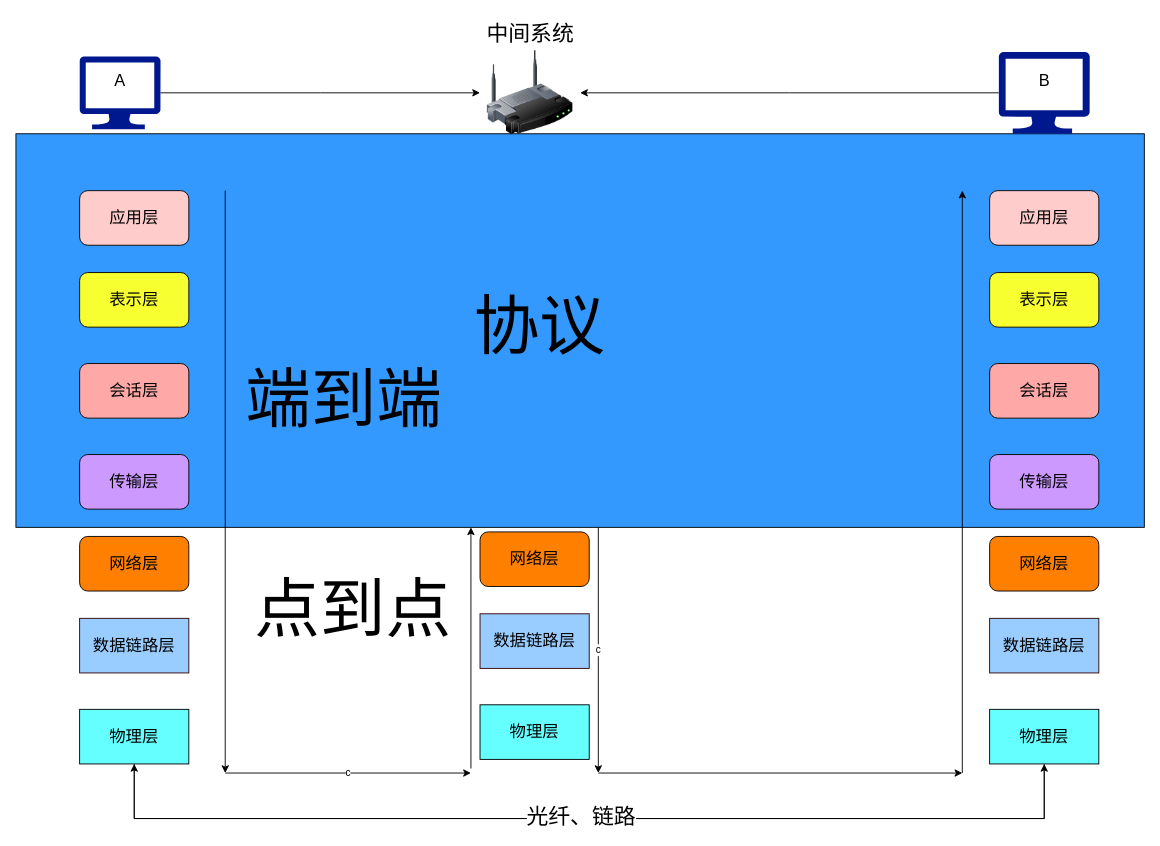
Above: 计算机网络04.drawio in mogullzr/DrawPublic (draw.io), before the change. Source tidied: cells renumbered, new cells numbered last; positions are measured from the earlier drawing's top-left corner, leaving out a move shared by most shapes. Both pictures are drawn from the tidied source at 91%, with x=0, y=0 at pixel (15, 15).
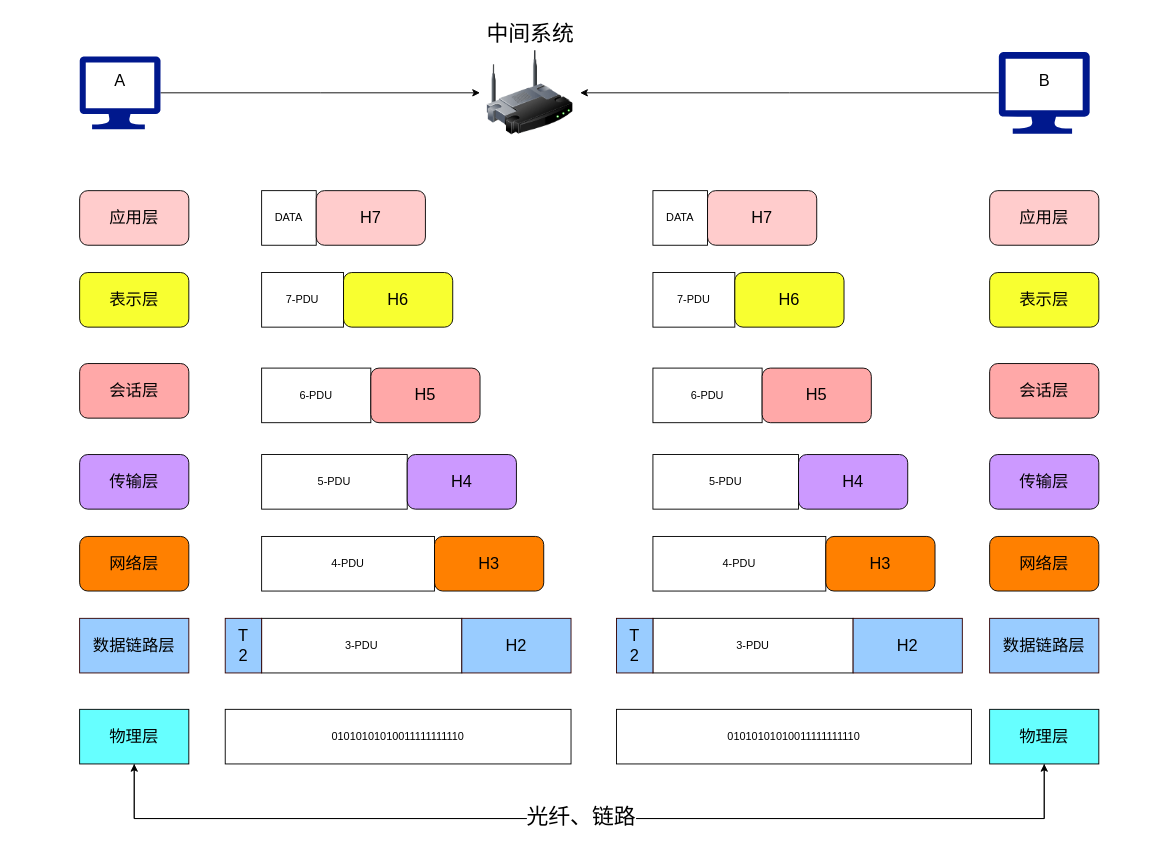
After the change.

Commit message (it also covers changes not shown here):
更新计算机网络04.drawio

Change to the diagram source:
```diff
@@
-    <mxCell id="2" style="rounded=0;whiteSpace=wrap;html=1;fillColor=#3399FF;" parent="1" vertex="1">
-      <mxGeometry y="129.5" width="1240" height="432.5" as="geometry" />
-    </mxCell>
@@
-    <mxCell id="28" value="&lt;font style=&quot;font-size: 18px;&quot;&gt;物理层&lt;/font&gt;" style="rounded=0;whiteSpace=wrap;html=1;fillColor=#66FFFF;" parent="1" vertex="1">
-      <mxGeometry x="510" y="757" width="120" height="60" as="geometry" />
-    </mxCell>
-    <mxCell id="29" value="&lt;font style=&quot;font-size: 18px;&quot;&gt;数据链路层&lt;/font&gt;" style="rounded=0;whiteSpace=wrap;html=1;fillColor=#99CCFF;strokeColor=#330000;" parent="1" vertex="1">
-      <mxGeometry x="510" y="657" width="120" height="60" as="geometry" />
-    </mxCell>
-    <mxCell id="30" value="&lt;font style=&quot;font-size: 18px;&quot;&gt;网络层&lt;/font&gt;" style="rounded=1;whiteSpace=wrap;html=1;fillColor=#FF8000;" parent="1" vertex="1">
-      <mxGeometry x="510" y="567" width="120" height="60" as="geometry" />
-    </mxCell>
-    <mxCell id="31" value="&lt;font style=&quot;font-size: 72px;&quot;&gt;协议&lt;/font&gt;" style="text;html=1;align=center;verticalAlign=middle;strokeColor=none;fillColor=none;" parent="1" vertex="1">
-      <mxGeometry x="490" y="292" width="170" height="100" as="geometry" />
-    </mxCell>
-    <mxCell id="32" style="edgeStyle=none;orthogonalLoop=1;jettySize=auto;html=1;rounded=0;" parent="1" edge="1">
-      <mxGeometry relative="1" as="geometry">
-        <mxPoint x="230" y="192" as="sourcePoint" />
-        <mxPoint x="230" y="832" as="targetPoint" />
-      </mxGeometry>
-    </mxCell>
-    <mxCell id="33" style="edgeStyle=none;orthogonalLoop=1;jettySize=auto;html=1;rounded=0;" parent="1" edge="1">
-      <mxGeometry relative="1" as="geometry">
-        <mxPoint x="1040" y="832" as="sourcePoint" />
-        <mxPoint x="1040" y="192" as="targetPoint" />
-      </mxGeometry>
-    </mxCell>
-    <mxCell id="34" value="c" style="edgeStyle=none;orthogonalLoop=1;jettySize=auto;html=1;rounded=0;" parent="1" edge="1">
-      <mxGeometry relative="1" as="geometry">
-        <mxPoint x="230" y="832" as="sourcePoint" />
-        <mxPoint x="500" y="832" as="targetPoint" />
-      </mxGeometry>
-    </mxCell>
-    <mxCell id="35" style="edgeStyle=none;orthogonalLoop=1;jettySize=auto;html=1;rounded=0;" parent="1" edge="1">
-      <mxGeometry relative="1" as="geometry">
-        <mxPoint x="500" y="827" as="sourcePoint" />
-        <mxPoint x="500" y="562" as="targetPoint" />
-      </mxGeometry>
-    </mxCell>
-    <mxCell id="36" value="c" style="edgeStyle=none;orthogonalLoop=1;jettySize=auto;html=1;rounded=0;" parent="1" edge="1">
-      <mxGeometry relative="1" as="geometry">
-        <mxPoint x="640" y="562" as="sourcePoint" />
-        <mxPoint x="640" y="832" as="targetPoint" />
-      </mxGeometry>
-    </mxCell>
-    <mxCell id="37" style="edgeStyle=none;orthogonalLoop=1;jettySize=auto;html=1;rounded=0;" parent="1" edge="1">
-      <mxGeometry relative="1" as="geometry">
-        <mxPoint x="640" y="832" as="sourcePoint" />
-        <mxPoint x="1040" y="832" as="targetPoint" />
-      </mxGeometry>
-    </mxCell>
-    <mxCell id="38" value="&lt;font style=&quot;font-size: 72px;&quot;&gt;端到端&lt;br&gt;&lt;/font&gt;" style="text;html=1;align=center;verticalAlign=middle;strokeColor=none;fillColor=none;" parent="1" vertex="1">
-      <mxGeometry x="240" y="372" width="240" height="100" as="geometry" />
-    </mxCell>
-    <mxCell id="39" value="&lt;font style=&quot;font-size: 72px;&quot;&gt;点到点&lt;br&gt;&lt;/font&gt;" style="text;html=1;align=center;verticalAlign=middle;strokeColor=none;fillColor=none;" parent="1" vertex="1">
-      <mxGeometry x="250" y="602" width="240" height="100" as="geometry" />
-    </mxCell>
+    <mxCell id="40" value="DATA" style="rounded=0;whiteSpace=wrap;html=1;" parent="1" vertex="1">
+      <mxGeometry x="270" y="192" width="60" height="60" as="geometry" />
+    </mxCell>
+    <mxCell id="41" value="7-PDU" style="rounded=0;whiteSpace=wrap;html=1;" parent="1" vertex="1">
+      <mxGeometry x="270" y="282" width="90" height="60" as="geometry" />
+    </mxCell>
+    <mxCell id="42" value="6-PDU" style="rounded=0;whiteSpace=wrap;html=1;" parent="1" vertex="1">
+      <mxGeometry x="270" y="387" width="120" height="60" as="geometry" />
+    </mxCell>
+    <mxCell id="43" value="5-PDU" style="rounded=0;whiteSpace=wrap;html=1;" parent="1" vertex="1">
+      <mxGeometry x="270" y="482" width="160" height="60" as="geometry" />
+    </mxCell>
+    <mxCell id="44" value="4-PDU" style="rounded=0;whiteSpace=wrap;html=1;" parent="1" vertex="1">
+      <mxGeometry x="270" y="572" width="190" height="60" as="geometry" />
+    </mxCell>
+    <mxCell id="45" value="3-PDU" style="rounded=0;whiteSpace=wrap;html=1;" parent="1" vertex="1">
+      <mxGeometry x="270" y="662" width="220" height="60" as="geometry" />
+    </mxCell>
+    <mxCell id="46" value="&lt;font style=&quot;font-size: 18px;&quot;&gt;H7&lt;/font&gt;" style="rounded=1;whiteSpace=wrap;html=1;fillColor=#FFCCCC;" parent="1" vertex="1">
+      <mxGeometry x="330" y="192" width="120" height="60" as="geometry" />
+    </mxCell>
+    <mxCell id="47" value="&lt;font style=&quot;font-size: 18px;&quot;&gt;H6&lt;/font&gt;" style="rounded=1;whiteSpace=wrap;html=1;fillColor=#F8FF30;" parent="1" vertex="1">
+      <mxGeometry x="360" y="282" width="120" height="60" as="geometry" />
+    </mxCell>
+    <mxCell id="48" value="&lt;font style=&quot;font-size: 18px;&quot;&gt;H5&lt;/font&gt;" style="rounded=1;whiteSpace=wrap;html=1;fillColor=#FFA8A8;" parent="1" vertex="1">
+      <mxGeometry x="390" y="387" width="120" height="60" as="geometry" />
+    </mxCell>
+    <mxCell id="49" value="&lt;font style=&quot;font-size: 18px;&quot;&gt;H4&lt;/font&gt;" style="rounded=1;whiteSpace=wrap;html=1;fillColor=#CC99FF;" parent="1" vertex="1">
+      <mxGeometry x="430" y="482" width="120" height="60" as="geometry" />
+    </mxCell>
+    <mxCell id="50" value="&lt;font style=&quot;font-size: 18px;&quot;&gt;H3&lt;/font&gt;" style="rounded=1;whiteSpace=wrap;html=1;fillColor=#FF8000;" parent="1" vertex="1">
+      <mxGeometry x="460" y="572" width="120" height="60" as="geometry" />
+    </mxCell>
+    <mxCell id="51" value="&lt;font style=&quot;font-size: 18px;&quot;&gt;H2&lt;/font&gt;" style="rounded=0;whiteSpace=wrap;html=1;fillColor=#99CCFF;strokeColor=#330000;" parent="1" vertex="1">
+      <mxGeometry x="490" y="662" width="120" height="60" as="geometry" />
+    </mxCell>
+    <mxCell id="52" value="&lt;font style=&quot;font-size: 18px;&quot;&gt;T&lt;br&gt;2&lt;br&gt;&lt;/font&gt;" style="rounded=0;whiteSpace=wrap;html=1;fillColor=#99CCFF;strokeColor=#330000;" parent="1" vertex="1">
+      <mxGeometry x="230" y="662" width="40" height="60" as="geometry" />
+    </mxCell>
+    <mxCell id="53" value="01010101010011111111110" style="rounded=0;whiteSpace=wrap;html=1;" parent="1" vertex="1">
+      <mxGeometry x="230" y="762" width="380" height="60" as="geometry" />
+    </mxCell>
+    <mxCell id="54" value="DATA" style="rounded=0;whiteSpace=wrap;html=1;" parent="1" vertex="1">
+      <mxGeometry x="700" y="192" width="60" height="60" as="geometry" />
+    </mxCell>
+    <mxCell id="55" value="7-PDU" style="rounded=0;whiteSpace=wrap;html=1;" parent="1" vertex="1">
+      <mxGeometry x="700" y="282" width="90" height="60" as="geometry" />
+    </mxCell>
+    <mxCell id="56" value="6-PDU" style="rounded=0;whiteSpace=wrap;html=1;" parent="1" vertex="1">
+      <mxGeometry x="700" y="387" width="120" height="60" as="geometry" />
+    </mxCell>
+    <mxCell id="57" value="5-PDU" style="rounded=0;whiteSpace=wrap;html=1;" parent="1" vertex="1">
+      <mxGeometry x="700" y="482" width="160" height="60" as="geometry" />
+    </mxCell>
+    <mxCell id="58" value="4-PDU" style="rounded=0;whiteSpace=wrap;html=1;" parent="1" vertex="1">
+      <mxGeometry x="700" y="572" width="190" height="60" as="geometry" />
+    </mxCell>
+    <mxCell id="59" value="3-PDU" style="rounded=0;whiteSpace=wrap;html=1;" parent="1" vertex="1">
+      <mxGeometry x="700" y="662" width="220" height="60" as="geometry" />
+    </mxCell>
+    <mxCell id="60" value="&lt;font style=&quot;font-size: 18px;&quot;&gt;H7&lt;/font&gt;" style="rounded=1;whiteSpace=wrap;html=1;fillColor=#FFCCCC;" parent="1" vertex="1">
+      <mxGeometry x="760" y="192" width="120" height="60" as="geometry" />
+    </mxCell>
+    <mxCell id="61" value="&lt;font style=&quot;font-size: 18px;&quot;&gt;H6&lt;/font&gt;" style="rounded=1;whiteSpace=wrap;html=1;fillColor=#F8FF30;" parent="1" vertex="1">
+      <mxGeometry x="790" y="282" width="120" height="60" as="geometry" />
+    </mxCell>
+    <mxCell id="62" value="&lt;font style=&quot;font-size: 18px;&quot;&gt;H5&lt;/font&gt;" style="rounded=1;whiteSpace=wrap;html=1;fillColor=#FFA8A8;" parent="1" vertex="1">
+      <mxGeometry x="820" y="387" width="120" height="60" as="geometry" />
+    </mxCell>
+    <mxCell id="63" value="&lt;font style=&quot;font-size: 18px;&quot;&gt;H4&lt;/font&gt;" style="rounded=1;whiteSpace=wrap;html=1;fillColor=#CC99FF;" parent="1" vertex="1">
+      <mxGeometry x="860" y="482" width="120" height="60" as="geometry" />
+    </mxCell>
+    <mxCell id="64" value="&lt;font style=&quot;font-size: 18px;&quot;&gt;H3&lt;/font&gt;" style="rounded=1;whiteSpace=wrap;html=1;fillColor=#FF8000;" parent="1" vertex="1">
+      <mxGeometry x="890" y="572" width="120" height="60" as="geometry" />
+    </mxCell>
+    <mxCell id="65" value="&lt;font style=&quot;font-size: 18px;&quot;&gt;H2&lt;/font&gt;" style="rounded=0;whiteSpace=wrap;html=1;fillColor=#99CCFF;strokeColor=#330000;" parent="1" vertex="1">
+      <mxGeometry x="920" y="662" width="120" height="60" as="geometry" />
+    </mxCell>
+    <mxCell id="66" value="&lt;font style=&quot;font-size: 18px;&quot;&gt;T&lt;br&gt;2&lt;br&gt;&lt;/font&gt;" style="rounded=0;whiteSpace=wrap;html=1;fillColor=#99CCFF;strokeColor=#330000;" parent="1" vertex="1">
+      <mxGeometry x="660" y="662" width="40" height="60" as="geometry" />
+    </mxCell>
+    <mxCell id="67" value="01010101010011111111110" style="rounded=0;whiteSpace=wrap;html=1;" parent="1" vertex="1">
+      <mxGeometry x="660" y="762" width="390" height="60" as="geometry" />
+    </mxCell>
```
